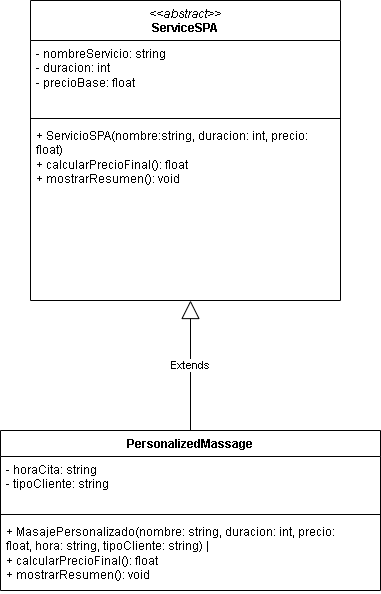
Above: Class_work_4.drawio.png in Ple1din/Class_work_4 (draw.io), before the change. Source tidied: cells renumbered, new cells last; positions are measured from the earlier drawing's top-left corner, leaving out a move shared by most shapes.
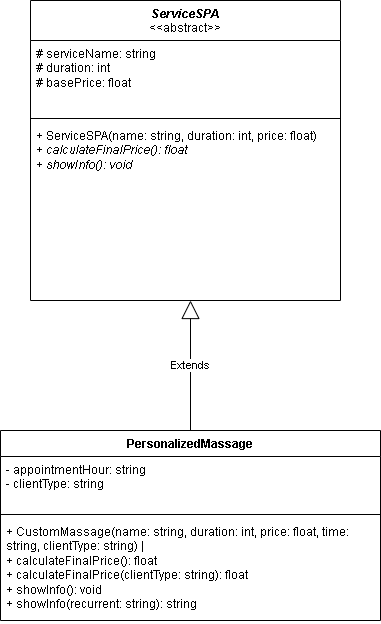
Above is the later version.

Change to the diagram source:
```diff
@@ -2,29 +2,29 @@
   <root>
     <mxCell id="0" />
     <mxCell id="1" parent="0" />
-    <mxCell id="2" value="&lt;div&gt;&lt;span style=&quot;font-weight: 400;&quot;&gt;&lt;i&gt;&amp;lt;&amp;lt;abstract&amp;gt;&amp;gt;&lt;/i&gt;&lt;/span&gt;&lt;/div&gt;ServiceSPA" style="swimlane;fontStyle=1;align=center;verticalAlign=top;horizontal=1;startSize=40;whiteSpace=wrap;html=1;" parent="1" vertex="1">
+    <mxCell id="2" value="&lt;div&gt;&lt;i&gt;ServiceSPA&lt;/i&gt;&lt;span style=&quot;font-weight: 400;&quot;&gt;&lt;i&gt;&lt;/i&gt;&lt;/span&gt;&lt;/div&gt;&lt;div&gt;&lt;span style=&quot;font-weight: 400;&quot;&gt;&amp;lt;&amp;lt;abstract&amp;gt;&amp;gt;&lt;/span&gt;&lt;/div&gt;" style="swimlane;fontStyle=1;align=center;verticalAlign=top;horizontal=1;startSize=40;whiteSpace=wrap;html=1;" parent="1" vertex="1">
       <mxGeometry x="30" width="310" height="300" as="geometry" />
     </mxCell>
-    <mxCell id="3" value="&lt;div&gt;- nombreServicio: string&lt;/div&gt;&lt;div&gt;- duracion: int&lt;/div&gt;&lt;div&gt;- precioBase: float&lt;/div&gt;" style="text;strokeColor=none;fillColor=none;align=left;verticalAlign=top;spacingLeft=4;spacingRight=4;overflow=hidden;whiteSpace=wrap;html=1;" parent="2" vertex="1">
+    <mxCell id="3" value="&lt;div&gt;# serviceName: string&lt;/div&gt;&lt;div&gt;# duration: int&lt;/div&gt;&lt;div&gt;# basePrice: float&lt;/div&gt;" style="text;strokeColor=none;fillColor=none;align=left;verticalAlign=top;spacingLeft=4;spacingRight=4;overflow=hidden;whiteSpace=wrap;html=1;" parent="2" vertex="1">
       <mxGeometry y="40" width="310" height="74" as="geometry" />
     </mxCell>
     <mxCell id="4" style="line;strokeWidth=1;fillColor=none;align=left;verticalAlign=middle;spacingTop=-1;spacingLeft=3;spacingRight=3;labelPosition=right;strokeColor=inherit;" parent="2" vertex="1">
       <mxGeometry y="114" width="310" height="8" as="geometry" />
     </mxCell>
-    <mxCell id="5" value="&lt;div&gt;+ ServicioSPA(nombre:string,&amp;nbsp;&lt;span style=&quot;background-color: transparent; color: light-dark(rgb(0, 0, 0), rgb(255, 255, 255));&quot;&gt;duracion: int, precio: float)&lt;/span&gt;&lt;/div&gt;&lt;div&gt;+ calcularPrecioFinal(): float&lt;/div&gt;&lt;div&gt;+ mostrarResumen(): void&lt;/div&gt;" style="text;strokeColor=none;fillColor=none;align=left;verticalAlign=top;spacingLeft=4;spacingRight=4;overflow=hidden;whiteSpace=wrap;html=1;" parent="2" vertex="1">
+    <mxCell id="5" value="&lt;div&gt;+ ServiceSPA(name: string, duration: int, price: float)&lt;/div&gt;&lt;div&gt;+ &lt;i&gt;calculateFinalPrice(): float&lt;/i&gt;&lt;/div&gt;&lt;div&gt;&lt;i&gt;+ showInfo(): void&lt;/i&gt;&lt;/div&gt;" style="text;strokeColor=none;fillColor=none;align=left;verticalAlign=top;spacingLeft=4;spacingRight=4;overflow=hidden;whiteSpace=wrap;html=1;" parent="2" vertex="1">
       <mxGeometry y="122" width="310" height="178" as="geometry" />
     </mxCell>
     <mxCell id="6" value="PersonalizedMassage" style="swimlane;fontStyle=1;align=center;verticalAlign=top;horizontal=1;startSize=26;whiteSpace=wrap;html=1;" parent="1" vertex="1">
-      <mxGeometry y="430" width="380" height="160" as="geometry" />
+      <mxGeometry y="430" width="380" height="190" as="geometry" />
     </mxCell>
-    <mxCell id="7" value="&lt;div&gt;- horaCita: string&lt;/div&gt;&lt;div&gt;- tipoCliente: string&lt;/div&gt;" style="text;strokeColor=none;fillColor=none;align=left;verticalAlign=top;spacingLeft=4;spacingRight=4;overflow=hidden;whiteSpace=wrap;html=1;" parent="6" vertex="1">
+    <mxCell id="7" value="&lt;div&gt;- appointmentHour: string&lt;/div&gt;&lt;div&gt;- clientType: string&lt;/div&gt;" style="text;strokeColor=none;fillColor=none;align=left;verticalAlign=top;spacingLeft=4;spacingRight=4;overflow=hidden;whiteSpace=wrap;html=1;" parent="6" vertex="1">
       <mxGeometry y="26" width="380" height="54" as="geometry" />
     </mxCell>
     <mxCell id="8" style="line;strokeWidth=1;fillColor=none;align=left;verticalAlign=middle;spacingTop=-1;spacingLeft=3;spacingRight=3;labelPosition=right;strokeColor=inherit;" parent="6" vertex="1">
       <mxGeometry y="80" width="380" height="8" as="geometry" />
     </mxCell>
-    <mxCell id="9" value="&lt;div&gt;+ MasajePersonalizado(nombre: string,&lt;span style=&quot;background-color: transparent; color: light-dark(rgb(0, 0, 0), rgb(255, 255, 255));&quot;&gt;&amp;nbsp;duracion: int, precio: float,&amp;nbsp;&lt;/span&gt;&lt;span style=&quot;background-color: transparent; color: light-dark(rgb(0, 0, 0), rgb(255, 255, 255));&quot;&gt;hora: string, tipoCliente: string) |&lt;/span&gt;&lt;/div&gt;&lt;div&gt;+ calcularPrecioFinal(): float&lt;/div&gt;&lt;div&gt;+ mostrarResumen(): void&amp;nbsp;&amp;nbsp;&lt;/div&gt;" style="text;strokeColor=none;fillColor=none;align=left;verticalAlign=top;spacingLeft=4;spacingRight=4;overflow=hidden;whiteSpace=wrap;html=1;" parent="6" vertex="1">
-      <mxGeometry y="88" width="380" height="72" as="geometry" />
+    <mxCell id="9" value="&lt;div&gt;+ CustomMassage(name: string, duration: int, price: float, time: string, clientType: string) |&lt;/div&gt;&lt;div&gt;+ calculateFinalPrice(): float&lt;/div&gt;&lt;div&gt;+ calculateFinalPrice(clientType: string): float&lt;/div&gt;&lt;div&gt;+ showInfo(): void&lt;/div&gt;&lt;div&gt;+ showInfo(recurrent: string): string&lt;/div&gt;" style="text;strokeColor=none;fillColor=none;align=left;verticalAlign=top;spacingLeft=4;spacingRight=4;overflow=hidden;whiteSpace=wrap;html=1;" parent="6" vertex="1">
+      <mxGeometry y="88" width="380" height="102" as="geometry" />
     </mxCell>
     <mxCell id="10" value="Extends" style="endArrow=block;endSize=16;endFill=0;html=1;rounded=0;exitX=0.5;exitY=0;exitDx=0;exitDy=0;" parent="1" edge="1" source="6">
       <mxGeometry relative="1" as="geometry">
```
